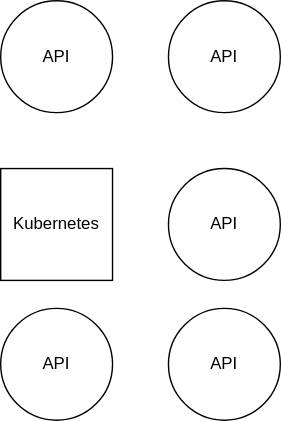
IndustryFusion/DigitalTwin keeps this draw.io diagram as wiki/images/Test.svg. Above is the earlier version. Source tidied: cells renumbered, new cells last; positions are measured from the earlier drawing's top-left corner, leaving out a move shared by most shapes.
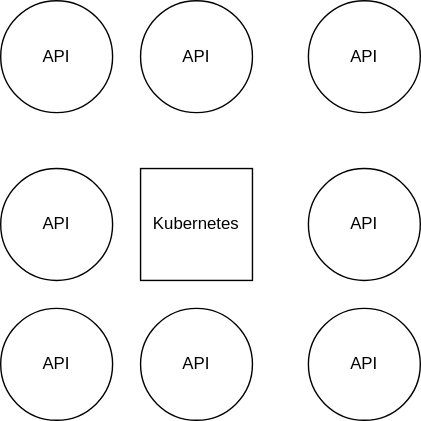
The same file after the commit.

The edit, as a diff of the source:
```diff
@@ -20,5 +20,14 @@
     <mxCell id="7" value="API" style="ellipse;whiteSpace=wrap;html=1;" parent="1" vertex="1">
       <mxGeometry x="120" y="220" width="80" height="80" as="geometry" />
     </mxCell>
+    <mxCell id="8" value="API" style="ellipse;whiteSpace=wrap;html=1;" parent="1" vertex="1">
+      <mxGeometry x="-100" y="120" width="80" height="80" as="geometry" />
+    </mxCell>
+    <mxCell id="9" value="API" style="ellipse;whiteSpace=wrap;html=1;" parent="1" vertex="1">
+      <mxGeometry x="-100" width="80" height="80" as="geometry" />
+    </mxCell>
+    <mxCell id="10" value="API" style="ellipse;whiteSpace=wrap;html=1;" parent="1" vertex="1">
+      <mxGeometry x="-100" y="220" width="80" height="80" as="geometry" />
+    </mxCell>
   </root>
 </mxGraphModel>
```
